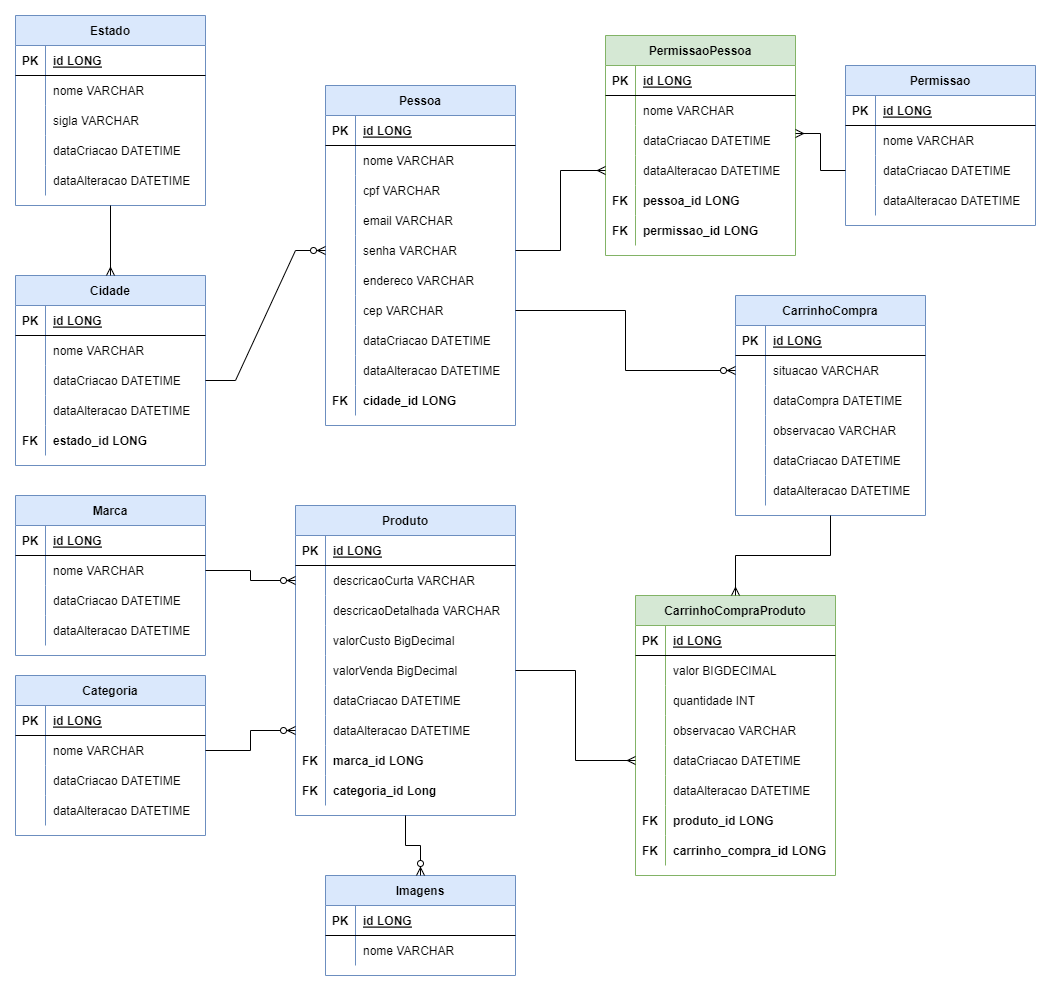
Vinicius2335/react_next_spring keeps this draw.io diagram as backend/ERD_Loja_Virtual.png. Above is the earlier version. Source tidied: cells renumbered, new cells last; positions are measured from the earlier drawing's top-left corner, leaving out a move shared by most shapes.
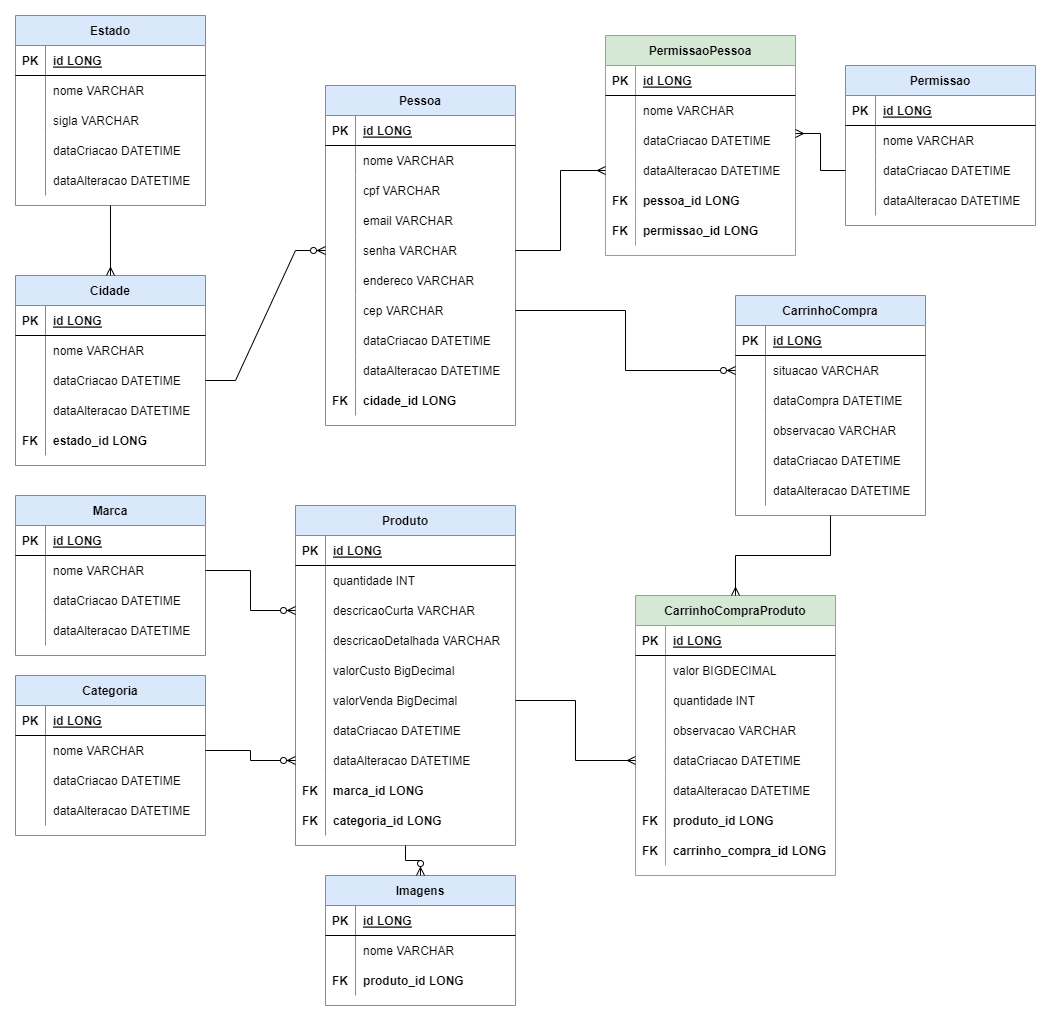
Above is the later version.

What changed in the source:
```diff
@@ -276,7 +276,7 @@
       <mxGeometry x="30" width="160" height="30" as="geometry" />
     </mxCell>
     <mxCell id="93" value="Produto" style="shape=table;startSize=30;rowLines=0;fontStyle=1;align=center;fillColor=#dae8fc;strokeColor=#6c8ebf;" parent="1" vertex="1">
-      <mxGeometry x="280" y="490" width="220" height="310" as="geometry" />
+      <mxGeometry x="280" y="490" width="220" height="340" as="geometry" />
     </mxCell>
     <mxCell id="94" style="shape=partialRectangle;fillColor=none;top=0;left=0;right=0;bottom=1;" parent="93" vertex="1">
       <mxGeometry y="30" width="220" height="30" as="geometry" />
@@ -287,8 +287,17 @@
     <mxCell id="96" value="id LONG" style="shape=partialRectangle;overflow=hidden;fillColor=none;top=0;left=0;bottom=0;right=0;align=left;spacingLeft=6;fontStyle=5;" parent="94" vertex="1">
       <mxGeometry x="30" width="190" height="30" as="geometry" />
     </mxCell>
+    <mxCell id="212" style="shape=partialRectangle;fillColor=none;top=0;left=0;right=0;bottom=0;" parent="93" vertex="1">
+      <mxGeometry y="60" width="220" height="30" as="geometry" />
+    </mxCell>
+    <mxCell id="213" style="shape=partialRectangle;overflow=hidden;fillColor=none;top=0;left=0;bottom=0;right=0;" parent="212" vertex="1">
+      <mxGeometry width="30" height="30" as="geometry" />
+    </mxCell>
+    <mxCell id="214" value="quantidade INT" style="shape=partialRectangle;overflow=hidden;fillColor=none;top=0;left=0;bottom=0;right=0;align=left;spacingLeft=6;" parent="212" vertex="1">
+      <mxGeometry x="30" width="190" height="30" as="geometry" />
+    </mxCell>
     <mxCell id="97" style="shape=partialRectangle;fillColor=none;points=[[0,0.5],[1,0.5]];portConstraint=eastwest;top=0;left=0;right=0;bottom=0;" parent="93" vertex="1">
-      <mxGeometry y="60" width="220" height="30" as="geometry" />
+      <mxGeometry y="90" width="220" height="30" as="geometry" />
     </mxCell>
     <mxCell id="98" style="shape=partialRectangle;overflow=hidden;fillColor=none;top=0;left=0;bottom=0;right=0;" parent="97" vertex="1">
       <mxGeometry width="30" height="30" as="geometry" />
@@ -297,7 +306,7 @@
       <mxGeometry x="30" width="190" height="30" as="geometry" />
     </mxCell>
     <mxCell id="100" style="shape=partialRectangle;fillColor=none;top=0;left=0;right=0;bottom=0;" parent="93" vertex="1">
-      <mxGeometry y="90" width="220" height="30" as="geometry" />
+      <mxGeometry y="120" width="220" height="30" as="geometry" />
     </mxCell>
     <mxCell id="101" style="shape=partialRectangle;overflow=hidden;fillColor=none;top=0;left=0;bottom=0;right=0;" parent="100" vertex="1">
       <mxGeometry width="30" height="30" as="geometry" />
@@ -306,7 +315,7 @@
       <mxGeometry x="30" width="190" height="30" as="geometry" />
     </mxCell>
     <mxCell id="103" style="shape=partialRectangle;fillColor=none;top=0;left=0;right=0;bottom=0;" parent="93" vertex="1">
-      <mxGeometry y="120" width="220" height="30" as="geometry" />
+      <mxGeometry y="150" width="220" height="30" as="geometry" />
     </mxCell>
     <mxCell id="104" style="shape=partialRectangle;overflow=hidden;fillColor=none;top=0;left=0;bottom=0;right=0;" parent="103" vertex="1">
       <mxGeometry width="30" height="30" as="geometry" />
@@ -315,7 +324,7 @@
       <mxGeometry x="30" width="190" height="30" as="geometry" />
     </mxCell>
     <mxCell id="106" style="shape=partialRectangle;fillColor=none;points=[[0,0.5],[1,0.5]];portConstraint=eastwest;top=0;left=0;right=0;bottom=0;" parent="93" vertex="1">
-      <mxGeometry y="150" width="220" height="30" as="geometry" />
+      <mxGeometry y="180" width="220" height="30" as="geometry" />
     </mxCell>
     <mxCell id="107" style="shape=partialRectangle;overflow=hidden;fillColor=none;top=0;left=0;bottom=0;right=0;" parent="106" vertex="1">
       <mxGeometry width="30" height="30" as="geometry" />
@@ -324,7 +333,7 @@
       <mxGeometry x="30" width="190" height="30" as="geometry" />
     </mxCell>
     <mxCell id="109" style="shape=partialRectangle;fillColor=none;top=0;left=0;right=0;bottom=0;" parent="93" vertex="1">
-      <mxGeometry y="180" width="220" height="30" as="geometry" />
+      <mxGeometry y="210" width="220" height="30" as="geometry" />
     </mxCell>
     <mxCell id="110" style="shape=partialRectangle;overflow=hidden;fillColor=none;top=0;left=0;bottom=0;right=0;" parent="109" vertex="1">
       <mxGeometry width="30" height="30" as="geometry" />
@@ -333,7 +342,7 @@
       <mxGeometry x="30" width="190" height="30" as="geometry" />
     </mxCell>
     <mxCell id="112" style="shape=partialRectangle;fillColor=none;points=[[0,0.5],[1,0.5]];portConstraint=eastwest;top=0;left=0;right=0;bottom=0;" parent="93" vertex="1">
-      <mxGeometry y="210" width="220" height="30" as="geometry" />
+      <mxGeometry y="240" width="220" height="30" as="geometry" />
     </mxCell>
     <mxCell id="113" style="shape=partialRectangle;overflow=hidden;fillColor=none;top=0;left=0;bottom=0;right=0;" parent="112" vertex="1">
       <mxGeometry width="30" height="30" as="geometry" />
@@ -342,7 +351,7 @@
       <mxGeometry x="30" width="190" height="30" as="geometry" />
     </mxCell>
     <mxCell id="115" style="shape=partialRectangle;fillColor=none;top=0;left=0;right=0;bottom=0;" parent="93" vertex="1">
-      <mxGeometry y="240" width="220" height="30" as="geometry" />
+      <mxGeometry y="270" width="220" height="30" as="geometry" />
     </mxCell>
     <mxCell id="116" value="FK" style="shape=partialRectangle;overflow=hidden;fillColor=none;top=0;left=0;bottom=0;right=0;fontStyle=1;" parent="115" vertex="1">
       <mxGeometry width="30" height="30" as="geometry" />
@@ -351,12 +360,12 @@
       <mxGeometry x="30" width="190" height="30" as="geometry" />
     </mxCell>
     <mxCell id="118" style="shape=partialRectangle;fillColor=none;top=0;left=0;right=0;bottom=0;" parent="93" vertex="1">
-      <mxGeometry y="270" width="220" height="30" as="geometry" />
+      <mxGeometry y="300" width="220" height="30" as="geometry" />
     </mxCell>
     <mxCell id="119" value="FK" style="shape=partialRectangle;overflow=hidden;fillColor=none;top=0;left=0;bottom=0;right=0;fontStyle=1;" parent="118" vertex="1">
       <mxGeometry width="30" height="30" as="geometry" />
     </mxCell>
-    <mxCell id="120" value="categoria_id Long" style="shape=partialRectangle;overflow=hidden;fillColor=none;top=0;left=0;bottom=0;right=0;align=left;spacingLeft=6;fontStyle=1;" parent="118" vertex="1">
+    <mxCell id="120" value="categoria_id LONG" style="shape=partialRectangle;overflow=hidden;fillColor=none;top=0;left=0;bottom=0;right=0;align=left;spacingLeft=6;fontStyle=1;" parent="118" vertex="1">
       <mxGeometry x="30" width="190" height="30" as="geometry" />
     </mxCell>
     <mxCell id="121" style="fontSize=12;html=1;endArrow=ERzeroToMany;endFill=1;rounded=0;exitX=1;exitY=0.5;exitDx=0;exitDy=0;entryX=0;entryY=0.5;entryDx=0;entryDy=0;edgeStyle=orthogonalEdgeStyle;" parent="1" edge="1" source="71" target="97">
@@ -366,7 +375,7 @@
       <mxGeometry relative="1" as="geometry" />
     </mxCell>
     <mxCell id="123" value="Imagens" style="shape=table;startSize=30;rowLines=0;fontStyle=1;align=center;fillColor=#dae8fc;strokeColor=#6c8ebf;" parent="1" vertex="1">
-      <mxGeometry x="310" y="860" width="190" height="100" as="geometry" />
+      <mxGeometry x="310" y="860" width="190" height="130" as="geometry" />
     </mxCell>
     <mxCell id="124" style="shape=partialRectangle;fillColor=none;top=0;left=0;right=0;bottom=1;" parent="123" vertex="1">
       <mxGeometry y="30" width="190" height="30" as="geometry" />
@@ -386,6 +395,15 @@
     <mxCell id="129" value="nome VARCHAR" style="shape=partialRectangle;overflow=hidden;fillColor=none;top=0;left=0;bottom=0;right=0;align=left;spacingLeft=6;" parent="127" vertex="1">
       <mxGeometry x="30" width="160" height="30" as="geometry" />
     </mxCell>
+    <mxCell id="215" style="shape=partialRectangle;fillColor=none;top=0;left=0;right=0;bottom=0;" parent="123" vertex="1">
+      <mxGeometry y="90" width="190" height="30" as="geometry" />
+    </mxCell>
+    <mxCell id="216" value="FK" style="shape=partialRectangle;overflow=hidden;fillColor=none;top=0;left=0;bottom=0;right=0;fontStyle=1;" parent="215" vertex="1">
+      <mxGeometry width="30" height="30" as="geometry" />
+    </mxCell>
+    <mxCell id="217" value="produto_id LONG" style="shape=partialRectangle;overflow=hidden;fillColor=none;top=0;left=0;bottom=0;right=0;align=left;spacingLeft=6;fontStyle=1;" parent="215" vertex="1">
+      <mxGeometry x="30" width="160" height="30" as="geometry" />
+    </mxCell>
     <mxCell id="130" value="PermissaoPessoa" style="shape=table;startSize=30;rowLines=0;fontStyle=1;align=center;fillColor=#d5e8d4;strokeColor=#82b366;" parent="1" vertex="1">
       <mxGeometry x="590" y="20" width="190" height="220" as="geometry" />
     </mxCell>
```
